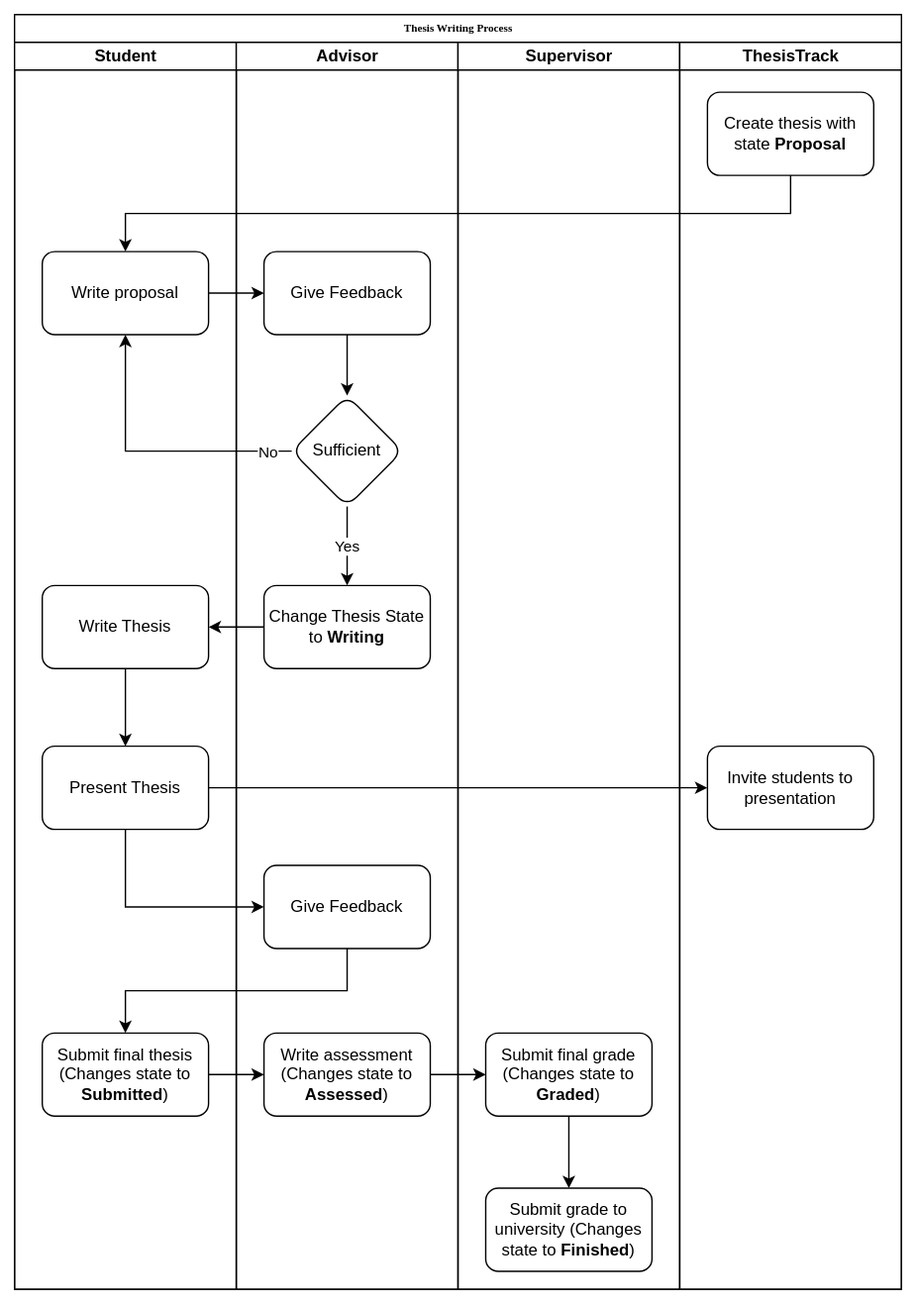
fabian-emilius/bachelor-thesis-charts keeps this draw.io diagram as thesis-writing-flowchart.svg. Above is the earlier version. Source tidied: cells renumbered, new cells last; positions are measured from the earlier drawing's top-left corner, leaving out a move shared by most shapes.
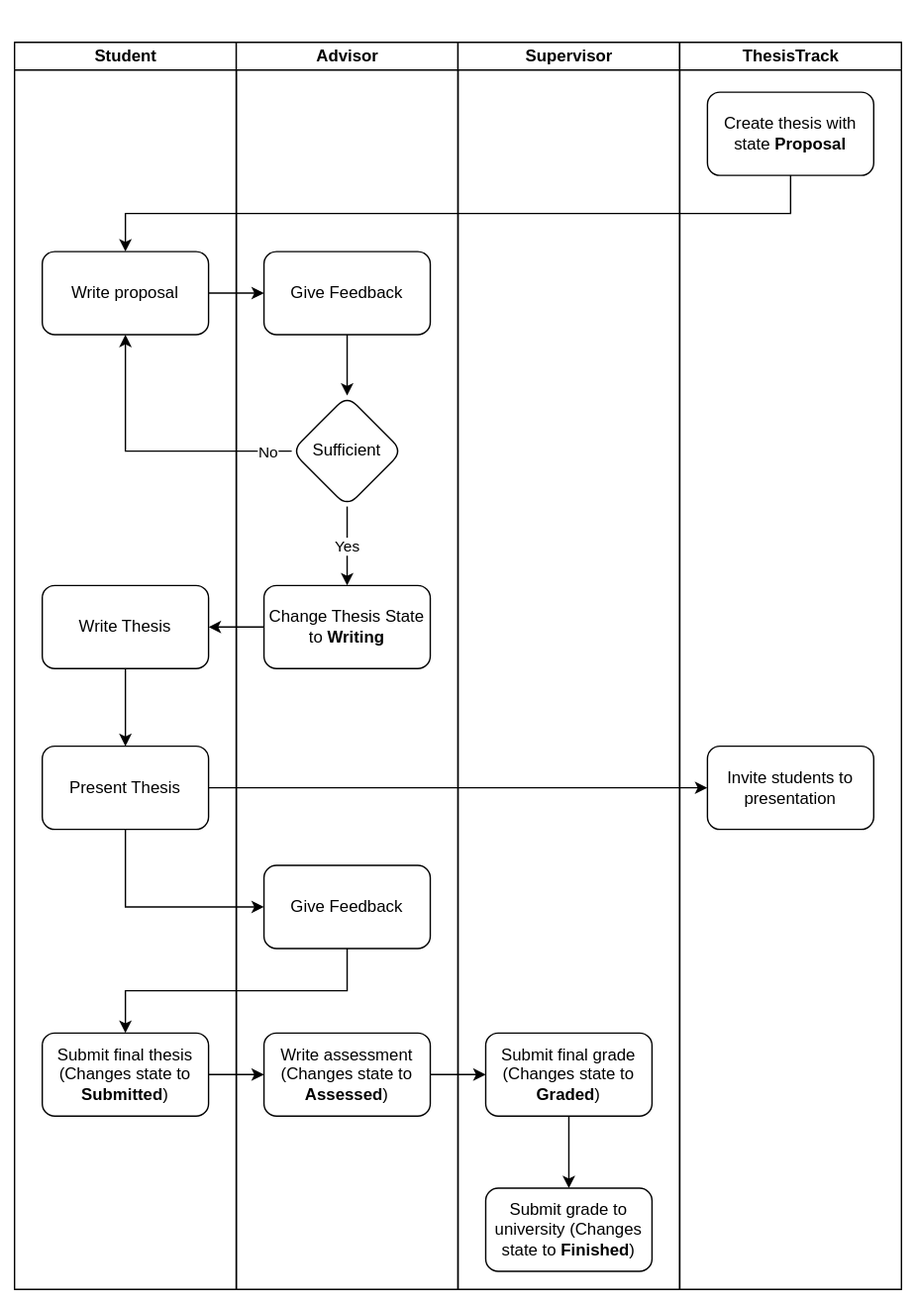
After the commit.

What changed in the source:
```diff
@@ -2,7 +2,7 @@
   <root>
     <mxCell id="0" />
     <mxCell id="1" parent="0" />
-    <mxCell id="2" value="Thesis Writing Process" style="swimlane;html=1;startSize=20;rounded=0;shadow=0;labelBackgroundColor=none;strokeWidth=1;fontFamily=Verdana;fontSize=8;align=center;" parent="1" vertex="1">
+    <mxCell id="2" style="swimlane;html=1;startSize=20;rounded=0;shadow=0;labelBackgroundColor=none;strokeWidth=1;fontFamily=Verdana;fontSize=8;align=center;swimlaneHead=0;swimlaneBody=0;horizontal=1;strokeColor=none;fillColor=none;swimlaneLine=1;" parent="1" vertex="1">
       <mxGeometry width="640" height="920" as="geometry" />
     </mxCell>
     <mxCell id="3" value="Student" style="swimlane;html=1;startSize=20;" parent="2" vertex="1">
```
